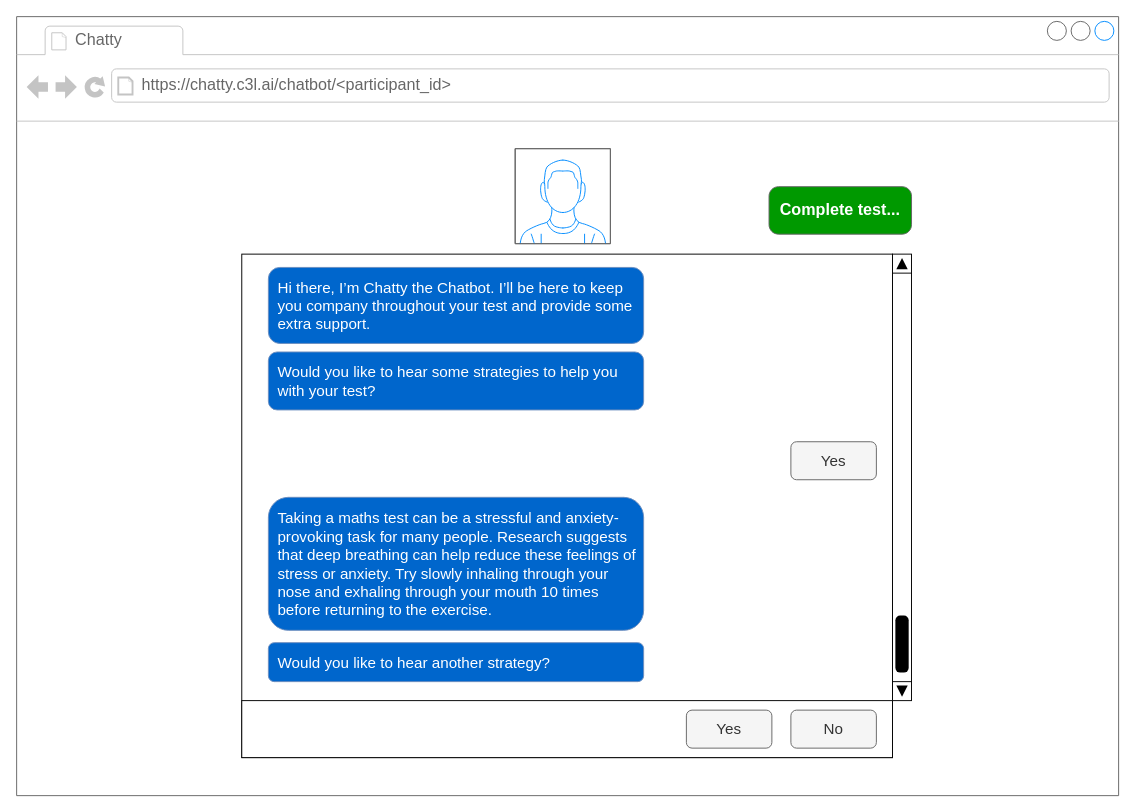
c3l-lab/maths-anxiety-chatbot keeps this draw.io diagram as page "Chatbot A - Yes" (5 of 8) of docs/Maths_Anxiety_Chatbot_UI.drawio. Above is the earlier version. Source tidied: cells renumbered, new cells numbered last; positions are measured from the earlier drawing's top-left corner, leaving out a move shared by most shapes. Both pictures are drawn from the tidied source at 95%, with x=0, y=0 at pixel (16, 16).
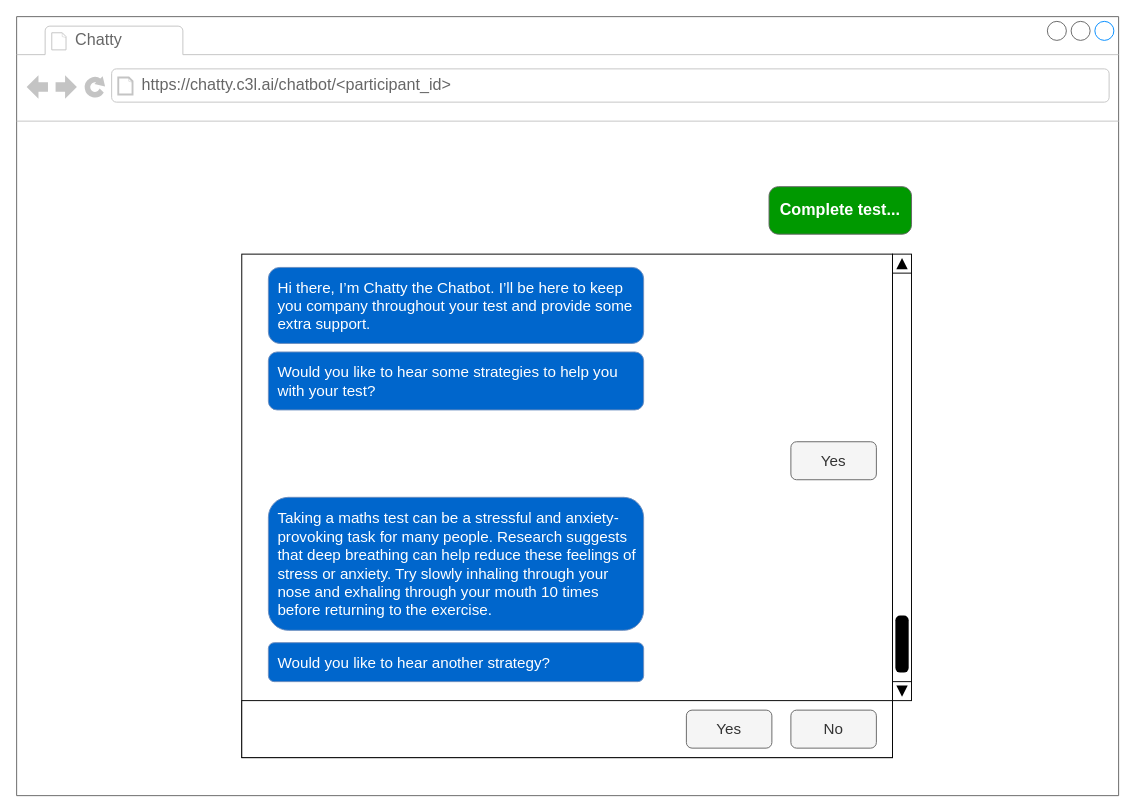
The same diagram, later.

The edit, as a diff of the source:
```diff
@@
 <mxGraphModel>
   <root>
     <mxCell id="0" />
     <mxCell id="1" parent="0" />
     <mxCell id="2" style="strokeWidth=1;shadow=0;dashed=0;align=center;html=1;shape=mxgraph.mockup.containers.browserWindow;rSize=0;strokeColor=#666666;strokeColor2=#008cff;strokeColor3=#c4c4c4;mainText=,;" parent="1" vertex="1">
       <mxGeometry width="1160" height="820" as="geometry" />
     </mxCell>
     <mxCell id="3" value="Chatty" style="strokeWidth=1;shadow=0;dashed=0;align=center;html=1;shape=mxgraph.mockup.containers.anchor;fontSize=17;fontColor=#666666;align=left;whiteSpace=wrap;" parent="2" vertex="1">
       <mxGeometry x="60" y="12" width="110" height="26" as="geometry" />
     </mxCell>
     <mxCell id="4" value="https://chatty.c3l.ai/chatbot/&amp;lt;participant_id&amp;gt;" style="strokeWidth=1;shadow=0;dashed=0;align=center;html=1;shape=mxgraph.mockup.containers.anchor;rSize=0;fontSize=17;fontColor=#666666;align=left;" parent="2" vertex="1">
       <mxGeometry x="130" y="60" width="350" height="26" as="geometry" />
     </mxCell>
-    <mxCell id="5" style="verticalLabelPosition=bottom;shadow=0;dashed=0;align=center;html=1;verticalAlign=top;strokeWidth=1;shape=mxgraph.mockup.containers.userMale;strokeColor=#666666;strokeColor2=#008cff;" parent="1" vertex="1">
-      <mxGeometry x="525" y="139" width="100" height="100" as="geometry" />
-    </mxCell>
     <mxCell id="6" style="rounded=0;whiteSpace=wrap;html=1;" parent="1" vertex="1">
       <mxGeometry x="237" y="250" width="685" height="530" as="geometry" />
     </mxCell>
     <mxCell id="7" style="verticalLabelPosition=bottom;shadow=0;dashed=0;align=center;html=1;verticalAlign=top;strokeWidth=1;shape=mxgraph.mockup.navigation.scrollBar;barPos=2.578;fillColor2=#0000000;strokeColor2=none;direction=north;" parent="1" vertex="1">
       <mxGeometry x="922" y="250" width="20" height="470" as="geometry" />
     </mxCell>
     <mxCell id="8" value="&lt;div align=&quot;left&quot; style=&quot;font-size: 16px;&quot;&gt;Hi there, I’m Chatty the Chatbot. I’ll be here to keep you company throughout your test&lt;span style=&quot;font-size: 16px;&quot;&gt; and provide some extra support.&lt;/span&gt;&lt;/div&gt;" style="rounded=1;whiteSpace=wrap;html=1;align=left;spacingLeft=10;spacing=0;spacingBottom=0;fillColor=#0066CC;strokeColor=#6c8ebf;fontColor=#FFFFFF;fontSize=16;" parent="1" vertex="1">
       <mxGeometry x="265" y="264" width="395" height="80" as="geometry" />
     </mxCell>
     <mxCell id="9" value="Would you like to hear some strategies to help you with your test?" style="rounded=1;whiteSpace=wrap;html=1;align=left;spacingLeft=10;spacing=0;spacingBottom=0;fillColor=#0066CC;strokeColor=#6c8ebf;fontColor=#FFFFFF;fontSize=16;" parent="1" vertex="1">
       <mxGeometry x="265" y="353" width="395" height="61" as="geometry" />
     </mxCell>
     <mxCell id="10" style="rounded=0;whiteSpace=wrap;html=1;" parent="1" vertex="1">
       <mxGeometry x="237" y="720" width="685" height="60" as="geometry" />
     </mxCell>
     <mxCell id="11" value="&lt;div align=&quot;center&quot;&gt;Yes&lt;/div&gt;" style="rounded=1;whiteSpace=wrap;html=1;align=center;spacingLeft=0;spacing=0;spacingBottom=0;fillColor=#f5f5f5;strokeColor=#666666;fontColor=#333333;fontSize=16;" parent="1" vertex="1">
       <mxGeometry x="705" y="730" width="90" height="40" as="geometry" />
     </mxCell>
     <mxCell id="12" value="No" style="rounded=1;whiteSpace=wrap;html=1;align=center;spacingLeft=0;spacing=0;spacingBottom=0;fillColor=#f5f5f5;strokeColor=#666666;fontColor=#333333;fontSize=16;" parent="1" vertex="1">
       <mxGeometry x="815" y="730" width="90" height="40" as="geometry" />
     </mxCell>
     <mxCell id="13" value="&lt;div align=&quot;center&quot;&gt;Yes&lt;/div&gt;" style="rounded=1;whiteSpace=wrap;html=1;align=center;spacingLeft=0;spacing=0;spacingBottom=0;fillColor=#f5f5f5;strokeColor=#666666;fontColor=#333333;fontSize=16;" parent="1" vertex="1">
       <mxGeometry x="815" y="447.5" width="90" height="40" as="geometry" />
     </mxCell>
     <mxCell id="14" value="Taking a maths test can be a stressful and anxiety-provoking task for many people. Research suggests that deep breathing can help reduce these feelings of stress or anxiety. Try slowly inhaling through your nose and exhaling through your mouth 10 times before returning to the exercise." style="rounded=1;whiteSpace=wrap;html=1;align=left;spacingLeft=10;spacing=0;spacingBottom=0;fillColor=#0066CC;strokeColor=#6c8ebf;fontColor=#FFFFFF;fontSize=16;" parent="1" vertex="1">
       <mxGeometry x="265" y="506" width="395" height="140" as="geometry" />
     </mxCell>
     <mxCell id="15" value="Would you like to hear another strategy?" style="rounded=1;whiteSpace=wrap;html=1;align=left;spacingLeft=10;spacing=0;spacingBottom=0;fillColor=#0066CC;strokeColor=#6c8ebf;fontColor=#FFFFFF;fontSize=16;" parent="1" vertex="1">
       <mxGeometry x="265" y="659" width="395" height="41" as="geometry" />
     </mxCell>
     <mxCell id="16" value="Complete test..." style="strokeWidth=1;shadow=0;dashed=0;align=center;html=1;shape=mxgraph.mockup.buttons.button;strokeColor=#666666;fontColor=#ffffff;mainText=;buttonStyle=round;fontSize=17;fontStyle=1;fillColor=#009900;whiteSpace=wrap;" parent="1" vertex="1">
       <mxGeometry x="792" y="179" width="150" height="50" as="geometry" />
     </mxCell>
   </root>
 </mxGraphModel>
```
